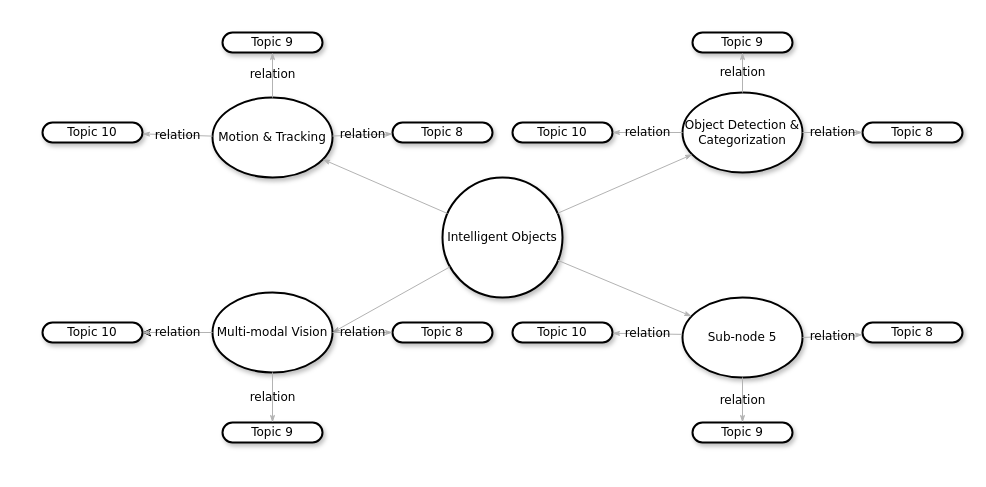
The draw.io diagram Untitled Diagram.drawio in PhokinWanna/-, before the edit. Source tidied: cells renumbered, new cells numbered last; positions are measured from the earlier drawing's top-left corner, leaving out a move shared by most shapes. Both pictures are drawn from the tidied source at 100%, with x=0, y=0 at pixel (42, 32).
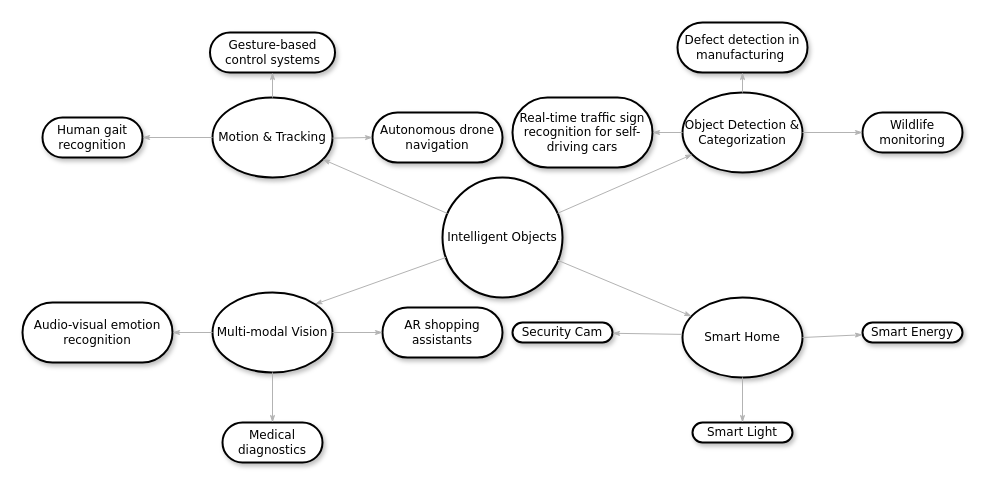
The same page after the edit.

The change refers to these unchanged cells:
```xml
<mxCell id="3" value="Motion &amp;amp; Tracking" style="ellipse;whiteSpace=wrap;html=1;rounded=1;shadow=1;comic=0;labelBackgroundColor=none;strokeWidth=2;fontFamily=Verdana;fontSize=12;align=center;" parent="1" vertex="1">
  <mxGeometry x="170" y="65" width="120" height="80" as="geometry" />
</mxCell>
<mxCell id="4" value="Object Detection &amp;amp; Categorization" style="ellipse;whiteSpace=wrap;html=1;rounded=1;shadow=1;comic=0;labelBackgroundColor=none;strokeWidth=2;fontFamily=Verdana;fontSize=12;align=center;" parent="1" vertex="1">
  <mxGeometry x="640" y="60" width="120" height="80" as="geometry" />
</mxCell>
<mxCell id="5" value="Intelligent Objects" style="ellipse;whiteSpace=wrap;html=1;rounded=1;shadow=1;comic=0;labelBackgroundColor=none;strokeWidth=2;fontFamily=Verdana;fontSize=12;align=center;" parent="1" vertex="1">
  <mxGeometry x="400" y="145" width="120" height="120" as="geometry" />
</mxCell>
<mxCell id="17" value="Multi-modal Vision" style="ellipse;whiteSpace=wrap;html=1;rounded=1;shadow=1;comic=0;labelBackgroundColor=none;strokeWidth=2;fontFamily=Verdana;fontSize=12;align=center;" parent="1" vertex="1">
  <mxGeometry x="170" y="260" width="120" height="80" as="geometry" />
</mxCell>
```

Change to the diagram source:
```diff
@@
-    <mxCell id="2" value="&lt;span&gt;Topic 10&lt;/span&gt;" style="whiteSpace=wrap;html=1;rounded=1;shadow=1;comic=0;labelBackgroundColor=none;strokeWidth=2;fontFamily=Verdana;fontSize=12;align=center;arcSize=50;" parent="1" vertex="1">
-      <mxGeometry y="90" width="100" height="20" as="geometry" />
+    <mxCell id="2" value="Human gait recognition" style="whiteSpace=wrap;html=1;rounded=1;shadow=1;comic=0;labelBackgroundColor=none;strokeWidth=2;fontFamily=Verdana;fontSize=12;align=center;arcSize=50;" parent="1" vertex="1">
+      <mxGeometry y="85" width="100" height="40" as="geometry" />
     </mxCell>
@@
-    <mxCell id="6" value="&lt;span&gt;Sub-node 5&lt;/span&gt;" style="ellipse;whiteSpace=wrap;html=1;rounded=1;shadow=1;comic=0;labelBackgroundColor=none;strokeWidth=2;fontFamily=Verdana;fontSize=12;align=center;" parent="1" vertex="1">
+    <mxCell id="6" value="&lt;span&gt;Smart Home&lt;/span&gt;" style="ellipse;whiteSpace=wrap;html=1;rounded=1;shadow=1;comic=0;labelBackgroundColor=none;strokeWidth=2;fontFamily=Verdana;fontSize=12;align=center;" parent="1" vertex="1">
       <mxGeometry x="640" y="265" width="120" height="80" as="geometry" />
     </mxCell>
-    <mxCell id="7" value="&lt;span&gt;Topic 9&lt;/span&gt;" style="whiteSpace=wrap;html=1;rounded=1;shadow=1;comic=0;labelBackgroundColor=none;strokeWidth=2;fontFamily=Verdana;fontSize=12;align=center;arcSize=50;" parent="1" vertex="1">
-      <mxGeometry x="180" width="100" height="20" as="geometry" />
+    <mxCell id="7" value="Gesture-based control systems" style="whiteSpace=wrap;html=1;rounded=1;shadow=1;comic=0;labelBackgroundColor=none;strokeWidth=2;fontFamily=Verdana;fontSize=12;align=center;arcSize=50;" parent="1" vertex="1">
+      <mxGeometry x="167.5" width="125" height="40" as="geometry" />
     </mxCell>
-    <mxCell id="8" value="relation" style="edgeStyle=none;rounded=1;html=1;labelBackgroundColor=none;startArrow=none;startFill=0;startSize=5;endArrow=classicThin;endFill=1;endSize=5;jettySize=auto;strokeColor=#B3B3B3;strokeWidth=1;fontFamily=Verdana;fontSize=12;" parent="1" edge="1" source="3" target="7">
+    <mxCell id="8" style="edgeStyle=none;rounded=1;html=1;labelBackgroundColor=none;startArrow=none;startFill=0;startSize=5;endArrow=classicThin;endFill=1;endSize=5;jettySize=auto;strokeColor=#B3B3B3;strokeWidth=1;fontFamily=Verdana;fontSize=12;" parent="1" edge="1" source="3" target="7">
       <mxGeometry relative="1" as="geometry" />
     </mxCell>
-    <mxCell id="9" value="relation" style="edgeStyle=none;rounded=1;html=1;labelBackgroundColor=none;startArrow=none;startFill=0;startSize=5;endArrow=classicThin;endFill=1;endSize=5;jettySize=auto;strokeColor=#B3B3B3;strokeWidth=1;fontFamily=Verdana;fontSize=12;" parent="1" edge="1" source="3" target="2">
+    <mxCell id="9" style="edgeStyle=none;rounded=1;html=1;labelBackgroundColor=none;startArrow=none;startFill=0;startSize=5;endArrow=classicThin;endFill=1;endSize=5;jettySize=auto;strokeColor=#B3B3B3;strokeWidth=1;fontFamily=Verdana;fontSize=12;" parent="1" edge="1" source="3" target="2">
       <mxGeometry relative="1" as="geometry" />
     </mxCell>
@@
-    <mxCell id="13" value="&lt;span&gt;Topic 8&lt;/span&gt;" style="whiteSpace=wrap;html=1;rounded=1;shadow=1;comic=0;labelBackgroundColor=none;strokeWidth=2;fontFamily=Verdana;fontSize=12;align=center;arcSize=50;" parent="1" vertex="1">
-      <mxGeometry x="350" y="90" width="100" height="20" as="geometry" />
+    <mxCell id="13" value="Autonomous drone navigation" style="whiteSpace=wrap;html=1;rounded=1;shadow=1;comic=0;labelBackgroundColor=none;strokeWidth=2;fontFamily=Verdana;fontSize=12;align=center;arcSize=50;" parent="1" vertex="1">
+      <mxGeometry x="330" y="80" width="130" height="50" as="geometry" />
     </mxCell>
-    <mxCell id="14" value="relation" style="edgeStyle=none;rounded=1;html=1;labelBackgroundColor=none;startArrow=none;startFill=0;startSize=5;endArrow=classicThin;endFill=1;endSize=5;jettySize=auto;strokeColor=#B3B3B3;strokeWidth=1;fontFamily=Verdana;fontSize=12;" parent="1" edge="1" source="3" target="13">
+    <mxCell id="14" style="edgeStyle=none;rounded=1;html=1;labelBackgroundColor=none;startArrow=none;startFill=0;startSize=5;endArrow=classicThin;endFill=1;endSize=5;jettySize=auto;strokeColor=#B3B3B3;strokeWidth=1;fontFamily=Verdana;fontSize=12;" parent="1" edge="1" source="3" target="13">
       <mxGeometry relative="1" as="geometry" />
     </mxCell>
-    <mxCell id="15" style="edgeStyle=none;rounded=1;html=1;labelBackgroundColor=none;startArrow=none;startFill=0;startSize=5;endArrow=classicThin;endFill=1;endSize=5;jettySize=auto;strokeColor=#B3B3B3;strokeWidth=1;fontFamily=Verdana;fontSize=12;entryX=1;entryY=0.5;entryDx=0;entryDy=0;" parent="1" edge="1" source="5" target="17">
+    <mxCell id="15" style="edgeStyle=none;rounded=1;html=1;labelBackgroundColor=none;startArrow=none;startFill=0;startSize=5;endArrow=classicThin;endFill=1;endSize=5;jettySize=auto;strokeColor=#B3B3B3;strokeWidth=1;fontFamily=Verdana;fontSize=12;entryX=1;entryY=0;entryDx=0;entryDy=0;" parent="1" edge="1" source="5" target="17">
       <mxGeometry relative="1" as="geometry" />
     </mxCell>
-    <mxCell id="16" style="edgeStyle=orthogonalEdgeStyle;rounded=0;jettySize=auto;html=1;" parent="1" edge="1" source="17" target="24">
-      <mxGeometry relative="1" as="geometry" />
-    </mxCell>
@@
-    <mxCell id="18" value="&lt;span&gt;Topic 9&lt;/span&gt;" style="whiteSpace=wrap;html=1;rounded=1;shadow=1;comic=0;labelBackgroundColor=none;strokeWidth=2;fontFamily=Verdana;fontSize=12;align=center;arcSize=50;" parent="1" vertex="1">
-      <mxGeometry x="650" width="100" height="20" as="geometry" />
+    <mxCell id="18" value="Defect detection in manufacturing&amp;nbsp;" style="whiteSpace=wrap;html=1;rounded=1;shadow=1;comic=0;labelBackgroundColor=none;strokeWidth=2;fontFamily=Verdana;fontSize=12;align=center;arcSize=50;" parent="1" vertex="1">
+      <mxGeometry x="635" y="-10" width="130" height="50" as="geometry" />
     </mxCell>
-    <mxCell id="19" value="relation" style="edgeStyle=none;rounded=1;html=1;labelBackgroundColor=none;startArrow=none;startFill=0;startSize=5;endArrow=classicThin;endFill=1;endSize=5;jettySize=auto;strokeColor=#B3B3B3;strokeWidth=1;fontFamily=Verdana;fontSize=12;exitX=0.5;exitY=0;exitDx=0;exitDy=0;" parent="1" edge="1" source="4" target="18">
+    <mxCell id="19" style="edgeStyle=none;rounded=1;html=1;labelBackgroundColor=none;startArrow=none;startFill=0;startSize=5;endArrow=classicThin;endFill=1;endSize=5;jettySize=auto;strokeColor=#B3B3B3;strokeWidth=1;fontFamily=Verdana;fontSize=12;exitX=0.5;exitY=0;exitDx=0;exitDy=0;" parent="1" edge="1" source="4" target="18">
       <mxGeometry relative="1" as="geometry" />
     </mxCell>
-    <mxCell id="20" value="&lt;span&gt;Topic 8&lt;/span&gt;" style="whiteSpace=wrap;html=1;rounded=1;shadow=1;comic=0;labelBackgroundColor=none;strokeWidth=2;fontFamily=Verdana;fontSize=12;align=center;arcSize=50;" parent="1" vertex="1">
-      <mxGeometry x="820" y="90" width="100" height="20" as="geometry" />
+    <mxCell id="20" value="Wildlife monitoring" style="whiteSpace=wrap;html=1;rounded=1;shadow=1;comic=0;labelBackgroundColor=none;strokeWidth=2;fontFamily=Verdana;fontSize=12;align=center;arcSize=50;" parent="1" vertex="1">
+      <mxGeometry x="820" y="80" width="100" height="40" as="geometry" />
     </mxCell>
-    <mxCell id="21" value="relation" style="edgeStyle=none;rounded=1;html=1;labelBackgroundColor=none;startArrow=none;startFill=0;startSize=5;endArrow=classicThin;endFill=1;endSize=5;jettySize=auto;strokeColor=#B3B3B3;strokeWidth=1;fontFamily=Verdana;fontSize=12;exitX=1;exitY=0.5;exitDx=0;exitDy=0;" parent="1" edge="1" source="4" target="20">
+    <mxCell id="21" style="edgeStyle=none;rounded=1;html=1;labelBackgroundColor=none;startArrow=none;startFill=0;startSize=5;endArrow=classicThin;endFill=1;endSize=5;jettySize=auto;strokeColor=#B3B3B3;strokeWidth=1;fontFamily=Verdana;fontSize=12;exitX=1;exitY=0.5;exitDx=0;exitDy=0;" parent="1" edge="1" source="4" target="20">
       <mxGeometry relative="1" as="geometry" />
     </mxCell>
-    <mxCell id="22" value="&lt;span&gt;Topic 10&lt;/span&gt;" style="whiteSpace=wrap;html=1;rounded=1;shadow=1;comic=0;labelBackgroundColor=none;strokeWidth=2;fontFamily=Verdana;fontSize=12;align=center;arcSize=50;" parent="1" vertex="1">
-      <mxGeometry x="470" y="90" width="100" height="20" as="geometry" />
+    <mxCell id="22" value="Real-time traffic sign recognition for self-driving cars" style="whiteSpace=wrap;html=1;rounded=1;shadow=1;comic=0;labelBackgroundColor=none;strokeWidth=2;fontFamily=Verdana;fontSize=12;align=center;arcSize=50;" parent="1" vertex="1">
+      <mxGeometry x="470" y="65" width="140" height="70" as="geometry" />
     </mxCell>
-    <mxCell id="23" value="relation" style="edgeStyle=none;rounded=1;html=1;labelBackgroundColor=none;startArrow=none;startFill=0;startSize=5;endArrow=classicThin;endFill=1;endSize=5;jettySize=auto;strokeColor=#B3B3B3;strokeWidth=1;fontFamily=Verdana;fontSize=12;exitX=0;exitY=0.5;exitDx=0;exitDy=0;" parent="1" edge="1" source="4" target="22">
+    <mxCell id="23" style="edgeStyle=none;rounded=1;html=1;labelBackgroundColor=none;startArrow=none;startFill=0;startSize=5;endArrow=classicThin;endFill=1;endSize=5;jettySize=auto;strokeColor=#B3B3B3;strokeWidth=1;fontFamily=Verdana;fontSize=12;exitX=0;exitY=0.5;exitDx=0;exitDy=0;" parent="1" edge="1" source="4" target="22">
       <mxGeometry relative="1" as="geometry" />
     </mxCell>
-    <mxCell id="24" value="&lt;span&gt;Topic 10&lt;/span&gt;" style="whiteSpace=wrap;html=1;rounded=1;shadow=1;comic=0;labelBackgroundColor=none;strokeWidth=2;fontFamily=Verdana;fontSize=12;align=center;arcSize=50;" parent="1" vertex="1">
-      <mxGeometry y="290" width="100" height="20" as="geometry" />
+    <mxCell id="24" value="Audio-visual emotion recognition" style="whiteSpace=wrap;html=1;rounded=1;shadow=1;comic=0;labelBackgroundColor=none;strokeWidth=2;fontFamily=Verdana;fontSize=12;align=center;arcSize=50;" parent="1" vertex="1">
+      <mxGeometry x="-20" y="270" width="150" height="60" as="geometry" />
     </mxCell>
-    <mxCell id="25" value="relation" style="edgeStyle=none;rounded=1;html=1;labelBackgroundColor=none;startArrow=none;startFill=0;startSize=5;endArrow=classicThin;endFill=1;endSize=5;jettySize=auto;strokeColor=#B3B3B3;strokeWidth=1;fontFamily=Verdana;fontSize=12;exitX=0;exitY=0.5;exitDx=0;exitDy=0;" parent="1" edge="1" source="17" target="24">
+    <mxCell id="25" style="edgeStyle=none;rounded=1;html=1;labelBackgroundColor=none;startArrow=none;startFill=0;startSize=5;endArrow=classicThin;endFill=1;endSize=5;jettySize=auto;strokeColor=#B3B3B3;strokeWidth=1;fontFamily=Verdana;fontSize=12;exitX=0;exitY=0.5;exitDx=0;exitDy=0;" parent="1" edge="1" source="17" target="24">
       <mxGeometry relative="1" as="geometry" />
     </mxCell>
-    <mxCell id="26" value="&lt;span&gt;Topic 8&lt;/span&gt;" style="whiteSpace=wrap;html=1;rounded=1;shadow=1;comic=0;labelBackgroundColor=none;strokeWidth=2;fontFamily=Verdana;fontSize=12;align=center;arcSize=50;" parent="1" vertex="1">
-      <mxGeometry x="350" y="290" width="100" height="20" as="geometry" />
+    <mxCell id="26" value="AR shopping assistants" style="whiteSpace=wrap;html=1;rounded=1;shadow=1;comic=0;labelBackgroundColor=none;strokeWidth=2;fontFamily=Verdana;fontSize=12;align=center;arcSize=50;" parent="1" vertex="1">
+      <mxGeometry x="340" y="275" width="120" height="50" as="geometry" />
     </mxCell>
-    <mxCell id="27" value="relation" style="edgeStyle=none;rounded=1;html=1;labelBackgroundColor=none;startArrow=none;startFill=0;startSize=5;endArrow=classicThin;endFill=1;endSize=5;jettySize=auto;strokeColor=#B3B3B3;strokeWidth=1;fontFamily=Verdana;fontSize=12;exitX=1;exitY=0.5;exitDx=0;exitDy=0;" parent="1" edge="1" source="17" target="26">
+    <mxCell id="27" style="edgeStyle=none;rounded=1;html=1;labelBackgroundColor=none;startArrow=none;startFill=0;startSize=5;endArrow=classicThin;endFill=1;endSize=5;jettySize=auto;strokeColor=#B3B3B3;strokeWidth=1;fontFamily=Verdana;fontSize=12;exitX=1;exitY=0.5;exitDx=0;exitDy=0;" parent="1" edge="1" source="17" target="26">
       <mxGeometry relative="1" as="geometry" />
     </mxCell>
-    <mxCell id="28" value="&lt;span&gt;Topic 9&lt;/span&gt;" style="whiteSpace=wrap;html=1;rounded=1;shadow=1;comic=0;labelBackgroundColor=none;strokeWidth=2;fontFamily=Verdana;fontSize=12;align=center;arcSize=50;" parent="1" vertex="1">
-      <mxGeometry x="180" y="390" width="100" height="20" as="geometry" />
+    <mxCell id="28" value="Medical diagnostics" style="whiteSpace=wrap;html=1;rounded=1;shadow=1;comic=0;labelBackgroundColor=none;strokeWidth=2;fontFamily=Verdana;fontSize=12;align=center;arcSize=50;" parent="1" vertex="1">
+      <mxGeometry x="180" y="390" width="100" height="40" as="geometry" />
     </mxCell>
-    <mxCell id="29" value="relation" style="edgeStyle=none;rounded=1;html=1;labelBackgroundColor=none;startArrow=none;startFill=0;startSize=5;endArrow=classicThin;endFill=1;endSize=5;jettySize=auto;strokeColor=#B3B3B3;strokeWidth=1;fontFamily=Verdana;fontSize=12;entryX=0.5;entryY=0;entryDx=0;entryDy=0;exitX=0.5;exitY=1;exitDx=0;exitDy=0;" parent="1" edge="1" source="17" target="28">
+    <mxCell id="29" style="edgeStyle=none;rounded=1;html=1;labelBackgroundColor=none;startArrow=none;startFill=0;startSize=5;endArrow=classicThin;endFill=1;endSize=5;jettySize=auto;strokeColor=#B3B3B3;strokeWidth=1;fontFamily=Verdana;fontSize=12;entryX=0.5;entryY=0;entryDx=0;entryDy=0;exitX=0.5;exitY=1;exitDx=0;exitDy=0;" parent="1" edge="1" source="17" target="28">
       <mxGeometry relative="1" as="geometry" />
     </mxCell>
-    <mxCell id="30" value="&lt;span&gt;Topic 10&lt;/span&gt;" style="whiteSpace=wrap;html=1;rounded=1;shadow=1;comic=0;labelBackgroundColor=none;strokeWidth=2;fontFamily=Verdana;fontSize=12;align=center;arcSize=50;" parent="1" vertex="1">
+    <mxCell id="30" value="&lt;span&gt;Security Cam&lt;/span&gt;" style="whiteSpace=wrap;html=1;rounded=1;shadow=1;comic=0;labelBackgroundColor=none;strokeWidth=2;fontFamily=Verdana;fontSize=12;align=center;arcSize=50;" parent="1" vertex="1">
       <mxGeometry x="470" y="290" width="100" height="20" as="geometry" />
     </mxCell>
-    <mxCell id="31" value="relation" style="edgeStyle=none;rounded=1;html=1;labelBackgroundColor=none;startArrow=none;startFill=0;startSize=5;endArrow=classicThin;endFill=1;endSize=5;jettySize=auto;strokeColor=#B3B3B3;strokeWidth=1;fontFamily=Verdana;fontSize=12;exitX=-0.003;exitY=0.461;exitDx=0;exitDy=0;exitPerimeter=0;" parent="1" edge="1" source="6" target="30">
+    <mxCell id="31" style="edgeStyle=none;rounded=1;html=1;labelBackgroundColor=none;startArrow=none;startFill=0;startSize=5;endArrow=classicThin;endFill=1;endSize=5;jettySize=auto;strokeColor=#B3B3B3;strokeWidth=1;fontFamily=Verdana;fontSize=12;exitX=-0.003;exitY=0.461;exitDx=0;exitDy=0;exitPerimeter=0;" parent="1" edge="1" source="6" target="30">
       <mxGeometry relative="1" as="geometry" />
     </mxCell>
-    <mxCell id="32" value="&lt;span&gt;Topic 8&lt;/span&gt;" style="whiteSpace=wrap;html=1;rounded=1;shadow=1;comic=0;labelBackgroundColor=none;strokeWidth=2;fontFamily=Verdana;fontSize=12;align=center;arcSize=50;" parent="1" vertex="1">
+    <mxCell id="32" value="&lt;span&gt;Smart Energy&lt;/span&gt;" style="whiteSpace=wrap;html=1;rounded=1;shadow=1;comic=0;labelBackgroundColor=none;strokeWidth=2;fontFamily=Verdana;fontSize=12;align=center;arcSize=50;" parent="1" vertex="1">
       <mxGeometry x="820" y="290" width="100" height="20" as="geometry" />
     </mxCell>
-    <mxCell id="33" value="relation" style="edgeStyle=none;rounded=1;html=1;labelBackgroundColor=none;startArrow=none;startFill=0;startSize=5;endArrow=classicThin;endFill=1;endSize=5;jettySize=auto;strokeColor=#B3B3B3;strokeWidth=1;fontFamily=Verdana;fontSize=12;exitX=1;exitY=0.5;exitDx=0;exitDy=0;" parent="1" edge="1" source="6" target="32">
+    <mxCell id="33" style="edgeStyle=none;rounded=1;html=1;labelBackgroundColor=none;startArrow=none;startFill=0;startSize=5;endArrow=classicThin;endFill=1;endSize=5;jettySize=auto;strokeColor=#B3B3B3;strokeWidth=1;fontFamily=Verdana;fontSize=12;exitX=1;exitY=0.5;exitDx=0;exitDy=0;" parent="1" edge="1" source="6" target="32">
       <mxGeometry relative="1" as="geometry" />
     </mxCell>
-    <mxCell id="34" value="&lt;span&gt;Topic 9&lt;/span&gt;" style="whiteSpace=wrap;html=1;rounded=1;shadow=1;comic=0;labelBackgroundColor=none;strokeWidth=2;fontFamily=Verdana;fontSize=12;align=center;arcSize=50;" parent="1" vertex="1">
+    <mxCell id="34" value="Smart Light" style="whiteSpace=wrap;html=1;rounded=1;shadow=1;comic=0;labelBackgroundColor=none;strokeWidth=2;fontFamily=Verdana;fontSize=12;align=center;arcSize=50;" parent="1" vertex="1">
       <mxGeometry x="650" y="390" width="100" height="20" as="geometry" />
     </mxCell>
-    <mxCell id="35" value="relation" style="edgeStyle=none;rounded=1;html=1;labelBackgroundColor=none;startArrow=none;startFill=0;startSize=5;endArrow=classicThin;endFill=1;endSize=5;jettySize=auto;strokeColor=#B3B3B3;strokeWidth=1;fontFamily=Verdana;fontSize=12;entryX=0.5;entryY=0;entryDx=0;entryDy=0;exitX=0.5;exitY=1;exitDx=0;exitDy=0;" parent="1" edge="1" source="6" target="34">
+    <mxCell id="35" style="edgeStyle=none;rounded=1;html=1;labelBackgroundColor=none;startArrow=none;startFill=0;startSize=5;endArrow=classicThin;endFill=1;endSize=5;jettySize=auto;strokeColor=#B3B3B3;strokeWidth=1;fontFamily=Verdana;fontSize=12;entryX=0.5;entryY=0;entryDx=0;entryDy=0;exitX=0.5;exitY=1;exitDx=0;exitDy=0;" parent="1" edge="1" source="6" target="34">
       <mxGeometry relative="1" as="geometry" />
     </mxCell>
```
